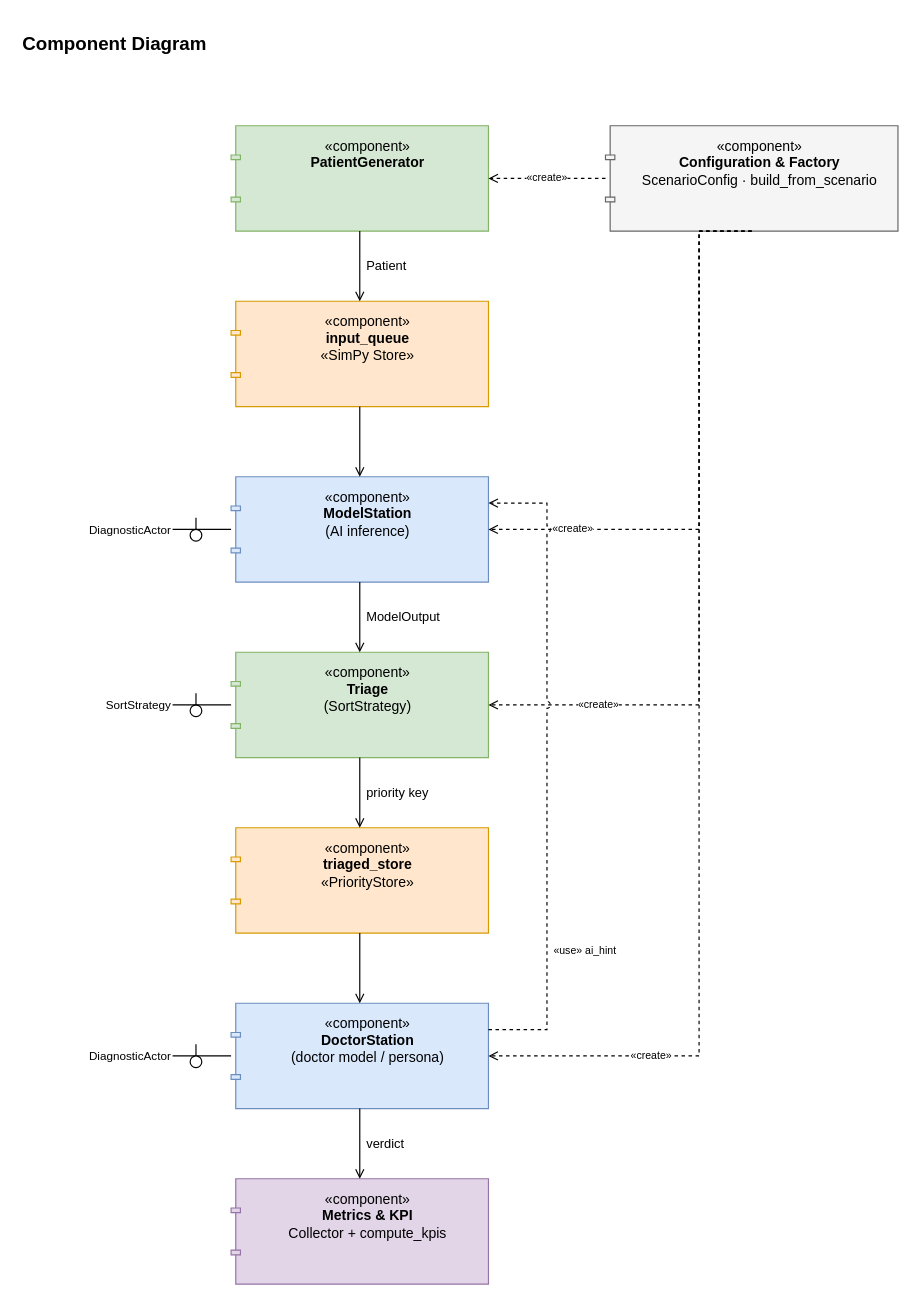
The draw.io diagram page "Component Diagram" (1 of 3) of docs/uml_diagram.drawio in DaniGreco/hai-sim, before the edit. Source tidied: cells renumbered, new cells numbered last; positions are measured from the earlier drawing's top-left corner, leaving out a move shared by most shapes. Both pictures are drawn from the tidied source at 117%, with x=0, y=0 at pixel (20, 20).
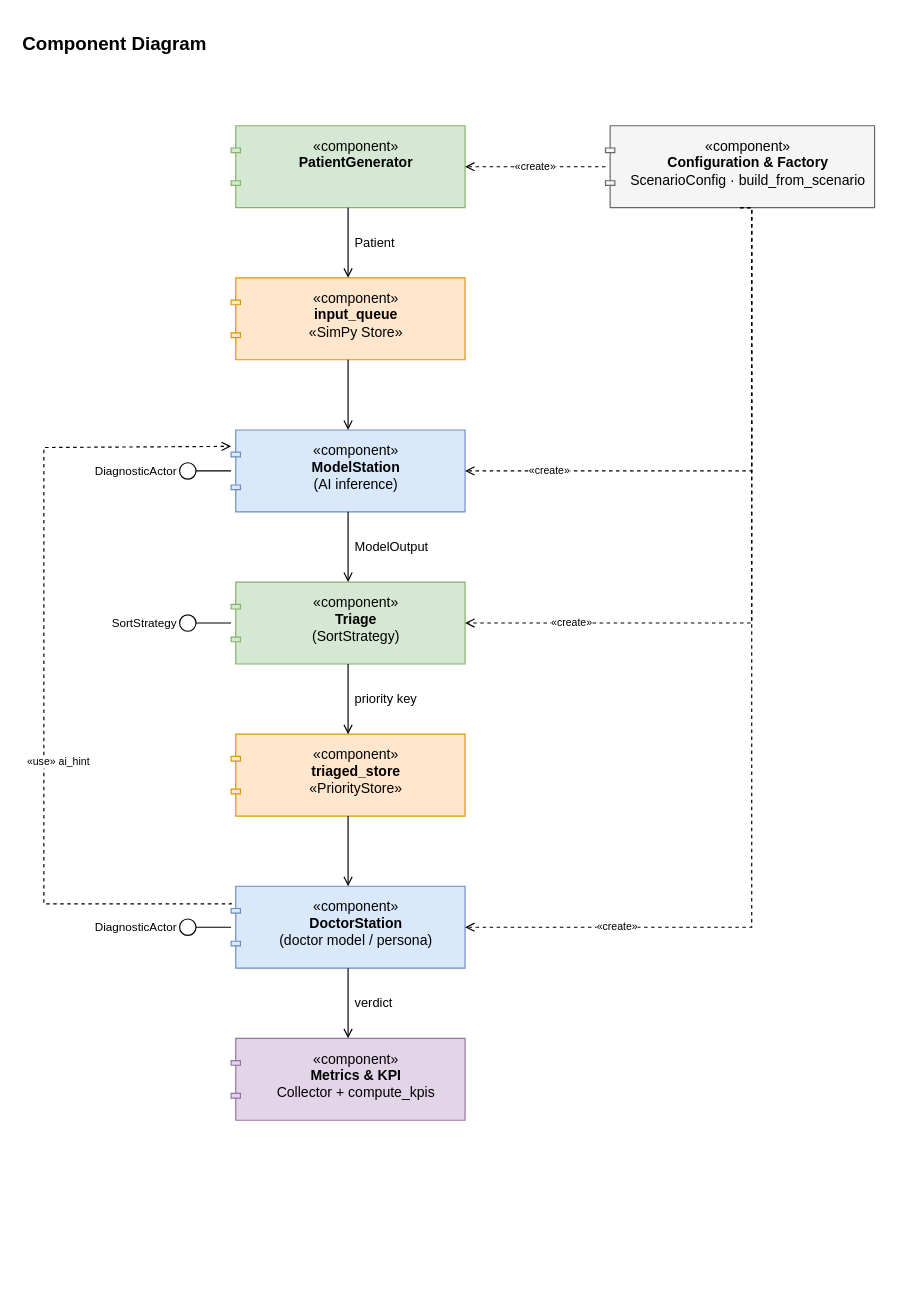
Above is the later version.

The edit, as a diff of the source:
```diff
@@
     <mxCell id="3" value="«component»&#10;&lt;b&gt;Configuration &amp; Factory&lt;/b&gt;&#10;ScenarioConfig · build_from_scenario" style="shape=component;jettyWidth=8;jettyHeight=4;whiteSpace=wrap;html=1;verticalAlign=top;align=center;spacingTop=4;spacingLeft=14;fillColor=#f5f5f5;strokeColor=#666666;fontSize=12;" parent="1" vertex="1">
-      <mxGeometry x="500" y="90" width="250" height="90" as="geometry" />
+      <mxGeometry x="500" y="90" width="230" height="70" as="geometry" />
     </mxCell>
     <mxCell id="4" value="«component»&#10;&lt;b&gt;PatientGenerator&lt;/b&gt;" style="shape=component;jettyWidth=8;jettyHeight=4;whiteSpace=wrap;html=1;verticalAlign=top;align=center;spacingTop=4;spacingLeft=14;fillColor=#d5e8d4;strokeColor=#82b366;fontSize=12;" parent="1" vertex="1">
-      <mxGeometry x="180" y="90" width="220" height="90" as="geometry" />
+      <mxGeometry x="180" y="90" width="200" height="70" as="geometry" />
     </mxCell>
     <mxCell id="5" value="«component»&#10;&lt;b&gt;input_queue&lt;/b&gt;&#10;«SimPy Store»" style="shape=component;jettyWidth=8;jettyHeight=4;whiteSpace=wrap;html=1;verticalAlign=top;align=center;spacingTop=4;spacingLeft=14;fillColor=#ffe6cc;strokeColor=#d79b00;fontSize=12;" parent="1" vertex="1">
-      <mxGeometry x="180" y="240" width="220" height="90" as="geometry" />
+      <mxGeometry x="180" y="220" width="200" height="70" as="geometry" />
     </mxCell>
     <mxCell id="6" value="«component»&#10;&lt;b&gt;ModelStation&lt;/b&gt;&#10;(AI inference)" style="shape=component;jettyWidth=8;jettyHeight=4;whiteSpace=wrap;html=1;verticalAlign=top;align=center;spacingTop=4;spacingLeft=14;fillColor=#dae8fc;strokeColor=#6c8ebf;fontSize=12;" parent="1" vertex="1">
-      <mxGeometry x="180" y="390" width="220" height="90" as="geometry" />
+      <mxGeometry x="180" y="350" width="200" height="70" as="geometry" />
     </mxCell>
     <mxCell id="7" value="«component»&#10;&lt;b&gt;Triage&lt;/b&gt;&#10;(SortStrategy)" style="shape=component;jettyWidth=8;jettyHeight=4;whiteSpace=wrap;html=1;verticalAlign=top;align=center;spacingTop=4;spacingLeft=14;fillColor=#d5e8d4;strokeColor=#82b366;fontSize=12;" parent="1" vertex="1">
-      <mxGeometry x="180" y="540" width="220" height="90" as="geometry" />
+      <mxGeometry x="180" y="480" width="200" height="70" as="geometry" />
     </mxCell>
     <mxCell id="8" value="«component»&#10;&lt;b&gt;triaged_store&lt;/b&gt;&#10;«PriorityStore»" style="shape=component;jettyWidth=8;jettyHeight=4;whiteSpace=wrap;html=1;verticalAlign=top;align=center;spacingTop=4;spacingLeft=14;fillColor=#ffe6cc;strokeColor=#d79b00;fontSize=12;" parent="1" vertex="1">
-      <mxGeometry x="180" y="690" width="220" height="90" as="geometry" />
+      <mxGeometry x="180" y="610" width="200" height="70" as="geometry" />
     </mxCell>
     <mxCell id="9" value="«component»&#10;&lt;b&gt;DoctorStation&lt;/b&gt;&#10;(doctor model / persona)" style="shape=component;jettyWidth=8;jettyHeight=4;whiteSpace=wrap;html=1;verticalAlign=top;align=center;spacingTop=4;spacingLeft=14;fillColor=#dae8fc;strokeColor=#6c8ebf;fontSize=12;" parent="1" vertex="1">
-      <mxGeometry x="180" y="840" width="220" height="90" as="geometry" />
+      <mxGeometry x="180" y="740" width="200" height="70" as="geometry" />
     </mxCell>
     <mxCell id="10" value="«component»&#10;&lt;b&gt;Metrics &amp; KPI&lt;/b&gt;&#10;Collector + compute_kpis" style="shape=component;jettyWidth=8;jettyHeight=4;whiteSpace=wrap;html=1;verticalAlign=top;align=center;spacingTop=4;spacingLeft=14;fillColor=#e1d5e7;strokeColor=#9673a6;fontSize=12;" parent="1" vertex="1">
-      <mxGeometry x="180" y="990" width="220" height="90" as="geometry" />
+      <mxGeometry x="180" y="870" width="200" height="70" as="geometry" />
     </mxCell>
-    <mxCell id="11" value="DiagnosticActor" style="shape=lollipop;direction=west;html=1;fontSize=10;verticalLabelPosition=middle;verticalAlign=middle;horizontal=1;labelPosition=left;align=right;rotation=0;" parent="1" vertex="1">
-      <mxGeometry x="130" y="425" width="40" height="20" as="geometry" />
+    <mxCell id="11" value="DiagnosticActor" style="ellipse;whiteSpace=wrap;html=1;fillColor=#ffffff;strokeColor=#000000;fontSize=10;labelPosition=left;verticalLabelPosition=middle;align=right;verticalAlign=middle;" parent="1" vertex="1">
+      <mxGeometry x="136" y="378" width="14" height="14" as="geometry" />
     </mxCell>
-    <mxCell id="12" value="SortStrategy" style="shape=lollipop;direction=west;html=1;fontSize=10;verticalLabelPosition=middle;verticalAlign=middle;horizontal=1;labelPosition=left;align=right;rotation=0;" parent="1" vertex="1">
-      <mxGeometry x="130" y="575" width="40" height="20" as="geometry" />
+    <mxCell id="12" value="SortStrategy" style="ellipse;whiteSpace=wrap;html=1;fillColor=#ffffff;strokeColor=#000000;fontSize=10;labelPosition=left;verticalLabelPosition=middle;align=right;verticalAlign=middle;" parent="1" vertex="1">
+      <mxGeometry x="136" y="508" width="14" height="14" as="geometry" />
     </mxCell>
-    <mxCell id="13" style="endArrow=none;html=1;exitX=0;exitY=0.5;entryX=1;entryY=0.5;edgeStyle=none;" parent="1" edge="1" source="6" target="11">
+    <mxCell id="13" style="endArrow=none;html=1;edgeStyle=none;exitX=0;exitY=0.5;exitDx=0;exitDy=0;entryX=1;entryY=0.5;entryDx=0;entryDy=0;" parent="1" edge="1" source="6" target="11">
       <mxGeometry relative="1" as="geometry" />
     </mxCell>
-    <mxCell id="14" style="endArrow=none;html=1;exitX=0;exitY=0.5;entryX=1;entryY=0.5;edgeStyle=none;" parent="1" edge="1" source="7" target="12">
+    <mxCell id="14" style="endArrow=none;html=1;edgeStyle=none;exitX=0;exitY=0.5;exitDx=0;exitDy=0;entryX=1;entryY=0.5;entryDx=0;entryDy=0;" parent="1" edge="1" source="7" target="12">
       <mxGeometry relative="1" as="geometry" />
     </mxCell>
-    <mxCell id="15" style="endArrow=none;html=1;exitX=0;exitY=0.5;entryX=1;entryY=0.5;edgeStyle=none;" parent="1" edge="1" source="9" target="27">
+    <mxCell id="15" style="endArrow=none;html=1;edgeStyle=none;exitX=0;exitY=0.5;exitDx=0;exitDy=0;entryX=1;entryY=0.5;entryDx=0;entryDy=0;" parent="1" edge="1" source="9" target="27">
       <mxGeometry relative="1" as="geometry" />
     </mxCell>
@@
     <mxCell id="23" value="«create»" style="edgeStyle=orthogonalEdgeStyle;rounded=0;html=1;endArrow=open;dashed=1;fontSize=9;exitX=0.5;exitY=1;entryX=1;entryY=0.5;" parent="1" edge="1" source="3" target="6">
       <mxGeometry x="0.7" relative="1" as="geometry">
         <Array as="points">
-          <mxPoint x="580" y="435" />
+          <mxPoint x="625" y="385" />
         </Array>
       </mxGeometry>
     </mxCell>
     <mxCell id="24" value="«create»" style="edgeStyle=orthogonalEdgeStyle;rounded=0;html=1;endArrow=open;dashed=1;fontSize=9;exitX=0.5;exitY=1;entryX=1;entryY=0.5;" parent="1" edge="1" source="3" target="7">
       <mxGeometry x="0.7" relative="1" as="geometry">
         <Array as="points">
-          <mxPoint x="580" y="585" />
+          <mxPoint x="625" y="515" />
         </Array>
       </mxGeometry>
     </mxCell>
     <mxCell id="25" value="«create»" style="edgeStyle=orthogonalEdgeStyle;rounded=0;html=1;endArrow=open;dashed=1;fontSize=9;exitX=0.5;exitY=1;entryX=1;entryY=0.5;" parent="1" edge="1" source="3" target="9">
       <mxGeometry x="0.7" relative="1" as="geometry">
         <Array as="points">
-          <mxPoint x="580" y="885" />
+          <mxPoint x="625" y="775" />
         </Array>
       </mxGeometry>
     </mxCell>
-    <mxCell id="26" value="«use» ai_hint" style="edgeStyle=orthogonalEdgeStyle;rounded=0;html=1;endArrow=open;dashed=1;fontSize=9;exitX=1;exitY=0.25;exitDx=0;exitDy=0;entryX=1;entryY=0.25;entryDx=0;entryDy=0;jumpStyle=arc;jumpSize=6;verticalAlign=bottom;align=left;spacingLeft=4;" parent="1" edge="1" source="9" target="6">
-      <mxGeometry x="-0.6" relative="1" as="geometry">
+    <mxCell id="26" value="«use» ai_hint" style="edgeStyle=orthogonalEdgeStyle;rounded=0;html=1;endArrow=open;dashed=1;fontSize=9;exitX=0;exitY=0.2;exitDx=0;exitDy=0;entryX=0;entryY=0.2;entryDx=0;entryDy=0;verticalAlign=bottom;align=left;spacingLeft=4;" parent="1" edge="1" source="9" target="6">
+      <mxGeometry x="-0.23" y="20" relative="1" as="geometry">
         <Array as="points">
-          <mxPoint x="450" y="862" />
-          <mxPoint x="450" y="412" />
+          <mxPoint x="20" y="755" />
+          <mxPoint x="20" y="365" />
         </Array>
       </mxGeometry>
     </mxCell>
-    <mxCell id="27" value="DiagnosticActor" style="shape=lollipop;direction=west;html=1;fontSize=10;verticalLabelPosition=middle;verticalAlign=middle;horizontal=1;labelPosition=left;align=right;rotation=0;" parent="1" vertex="1">
-      <mxGeometry x="130" y="875" width="40" height="20" as="geometry" />
+    <mxCell id="27" value="DiagnosticActor" style="ellipse;whiteSpace=wrap;html=1;fillColor=#ffffff;strokeColor=#000000;fontSize=10;labelPosition=left;verticalLabelPosition=middle;align=right;verticalAlign=middle;" parent="1" vertex="1">
+      <mxGeometry x="136" y="768" width="14" height="14" as="geometry" />
     </mxCell>
```
